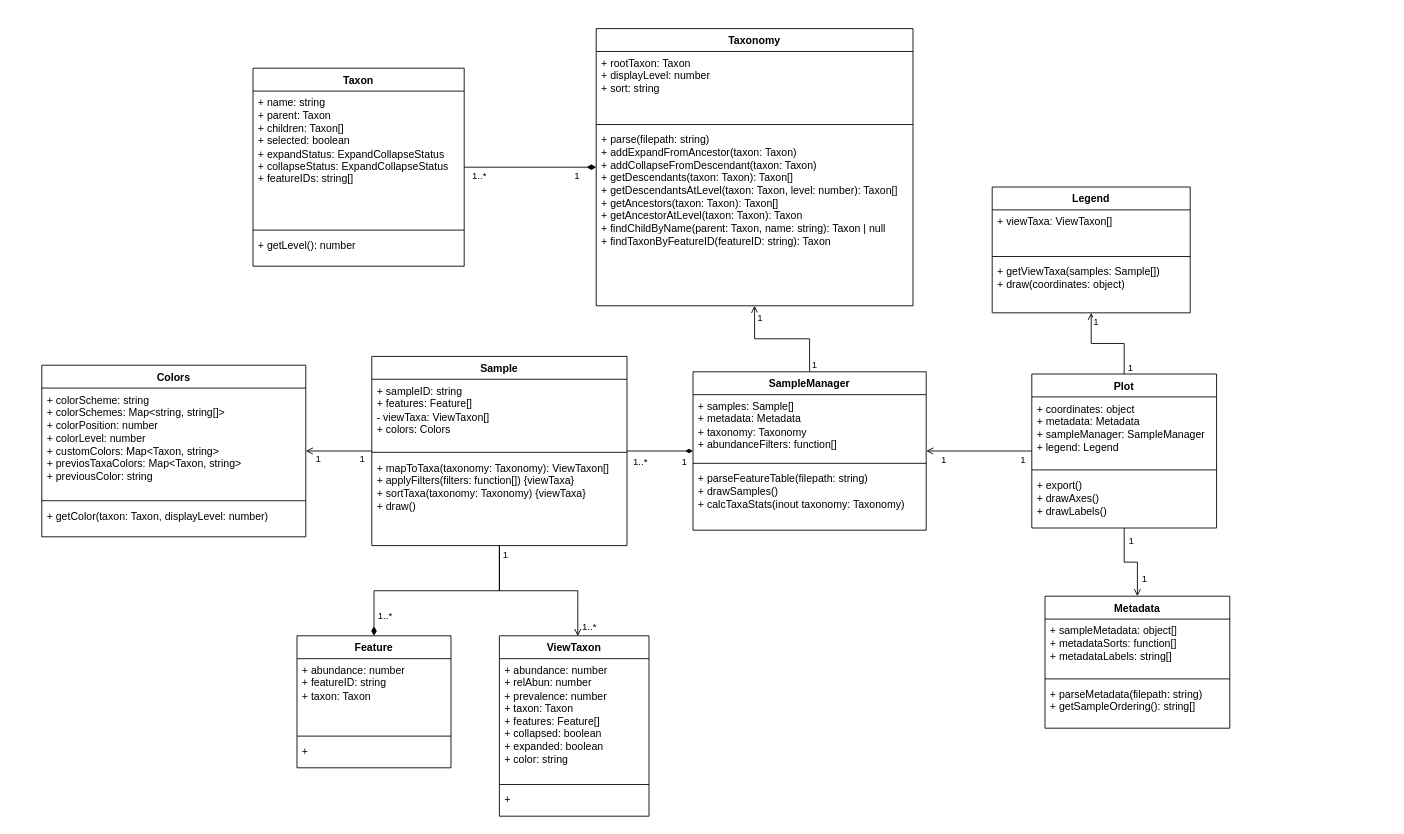
The draw.io diagram docs/TaxaBarplotClasses.drawio in colinvwood/taxa-barplot, before the edit. Source tidied: cells renumbered, new cells numbered last; positions are measured from the earlier drawing's top-left corner, leaving out a move shared by most shapes. Both pictures are drawn from the tidied source at 88%, with x=0, y=0 at pixel (41, 28).
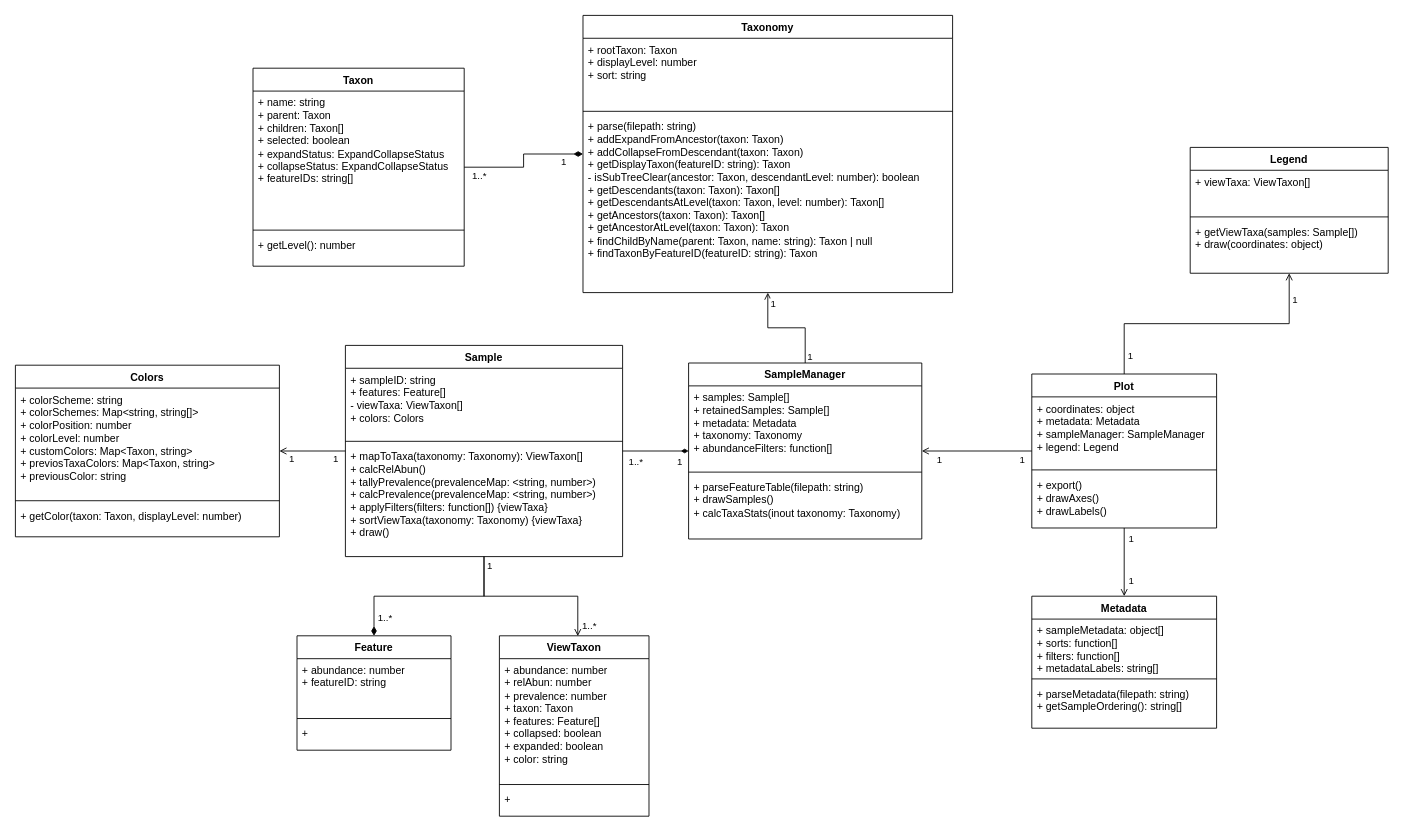
The same page after the edit.

Unchanged cells that the change refers to:
```xml
<mxCell id="50" style="edgeStyle=orthogonalEdgeStyle;rounded=0;jettySize=auto;html=1;endArrow=open;endFill=0;" parent="1" edge="1" source="53" target="60">
  <mxGeometry relative="1" as="geometry" />
</mxCell>
```

Change to the diagram source:
```diff
@@
     <mxCell id="9" value="Taxonomy" style="swimlane;fontStyle=1;align=center;verticalAlign=top;horizontal=1;startSize=26;whiteSpace=wrap;html=1;" parent="1" vertex="1">
-      <mxGeometry x="630" width="360" height="315" as="geometry" />
+      <mxGeometry x="615" y="-15" width="420" height="315" as="geometry" />
     </mxCell>
     <mxCell id="10" value="&lt;div&gt;+ rootTaxon: Taxon&lt;/div&gt;+ displayLevel: number&lt;div&gt;+ sort: string&lt;/div&gt;" style="text;strokeColor=none;fillColor=none;align=left;verticalAlign=top;spacingLeft=4;spacingRight=4;overflow=hidden;whiteSpace=wrap;html=1;" parent="9" vertex="1">
-      <mxGeometry y="26" width="360" height="79" as="geometry" />
+      <mxGeometry y="26" width="420" height="79" as="geometry" />
     </mxCell>
     <mxCell id="11" style="line;strokeWidth=1;fillColor=none;align=left;verticalAlign=middle;spacingTop=-1;spacingLeft=3;spacingRight=3;labelPosition=right;strokeColor=inherit;" parent="9" vertex="1">
-      <mxGeometry y="105" width="360" height="8" as="geometry" />
+      <mxGeometry y="105" width="420" height="8" as="geometry" />
     </mxCell>
-    <mxCell id="12" value="&lt;div&gt;+ parse(filepath: string)&lt;/div&gt;+ addExpandFromAncestor(taxon: Taxon)&lt;div&gt;+ addCollapseFromDescendant(taxon: Taxon)&lt;/div&gt;&lt;div&gt;+ getDescendants(taxon: Taxon): Taxon[]&lt;/div&gt;&lt;div&gt;+ getDescendantsAtLevel(taxon: Taxon, level: number): Taxon[]&lt;/div&gt;&lt;div&gt;+ getAncestors(taxon: Taxon): Taxon[]&lt;/div&gt;&lt;div&gt;+ getAncestorAtLevel(taxon: Taxon): Taxon&lt;/div&gt;&lt;div&gt;+ findChildByName(parent: Taxon, name: string): Taxon | null&lt;/div&gt;&lt;div&gt;+ findTaxonByFeatureID(featureID: string): Taxon&lt;/div&gt;&lt;div&gt;&lt;br&gt;&lt;/div&gt;" style="text;strokeColor=none;fillColor=none;align=left;verticalAlign=top;spacingLeft=4;spacingRight=4;overflow=hidden;whiteSpace=wrap;html=1;" parent="9" vertex="1">
-      <mxGeometry y="113" width="360" height="202" as="geometry" />
+    <mxCell id="12" value="&lt;div&gt;+ parse(filepath: string)&lt;/div&gt;+ addExpandFromAncestor(taxon: Taxon)&lt;div&gt;+ addCollapseFromDescendant(taxon: Taxon)&lt;/div&gt;&lt;div&gt;+ getDisplayTaxon(featureID: string): Taxon&lt;/div&gt;&lt;div&gt;- isSubTreeClear(ancestor: Taxon, descendantLevel: number): boolean&lt;/div&gt;&lt;div&gt;+ getDescendants(taxon: Taxon): Taxon[]&lt;/div&gt;&lt;div&gt;+ getDescendantsAtLevel(taxon: Taxon, level: number): Taxon[]&lt;/div&gt;&lt;div&gt;+ getAncestors(taxon: Taxon): Taxon[]&lt;/div&gt;&lt;div&gt;+ getAncestorAtLevel(taxon: Taxon): Taxon&lt;/div&gt;&lt;div&gt;+ findChildByName(parent: Taxon, name: string): Taxon | null&lt;/div&gt;&lt;div&gt;+ findTaxonByFeatureID(featureID: string): Taxon&lt;/div&gt;&lt;div&gt;&lt;br&gt;&lt;/div&gt;" style="text;strokeColor=none;fillColor=none;align=left;verticalAlign=top;spacingLeft=4;spacingRight=4;overflow=hidden;whiteSpace=wrap;html=1;" parent="9" vertex="1">
+      <mxGeometry y="113" width="420" height="202" as="geometry" />
     </mxCell>
@@
     <mxCell id="19" value="SampleManager" style="swimlane;fontStyle=1;align=center;verticalAlign=top;horizontal=1;startSize=26;whiteSpace=wrap;html=1;" parent="1" vertex="1">
-      <mxGeometry x="740" y="390" width="265" height="180" as="geometry" />
+      <mxGeometry x="735" y="380" width="265" height="200" as="geometry" />
     </mxCell>
-    <mxCell id="20" value="&lt;div&gt;+ samples: Sample[]&lt;/div&gt;&lt;div&gt;+ metadata: Metadata&lt;/div&gt;&lt;div&gt;+ taxonomy: Taxonomy&lt;/div&gt;+ abundanceFilters: function[]" style="text;strokeColor=none;fillColor=none;align=left;verticalAlign=top;spacingLeft=4;spacingRight=4;overflow=hidden;whiteSpace=wrap;html=1;" parent="19" vertex="1">
-      <mxGeometry y="26" width="265" height="74" as="geometry" />
+    <mxCell id="20" value="&lt;div&gt;+ samples: Sample[]&lt;/div&gt;&lt;div&gt;+ retainedSamples: Sample[]&lt;/div&gt;&lt;div&gt;+ metadata: Metadata&lt;/div&gt;&lt;div&gt;+ taxonomy: Taxonomy&lt;/div&gt;+ abundanceFilters: function[]" style="text;strokeColor=none;fillColor=none;align=left;verticalAlign=top;spacingLeft=4;spacingRight=4;overflow=hidden;whiteSpace=wrap;html=1;" parent="19" vertex="1">
+      <mxGeometry y="26" width="265" height="94" as="geometry" />
     </mxCell>
     <mxCell id="21" style="line;strokeWidth=1;fillColor=none;align=left;verticalAlign=middle;spacingTop=-1;spacingLeft=3;spacingRight=3;labelPosition=right;strokeColor=inherit;" parent="19" vertex="1">
-      <mxGeometry y="100" width="265" height="8" as="geometry" />
+      <mxGeometry y="120" width="265" height="8" as="geometry" />
     </mxCell>
     <mxCell id="22" value="&lt;div&gt;+ parseFeatureTable(filepath: string)&lt;/div&gt;+ drawSamples()&lt;div&gt;+ calcTaxaStats(inout taxonomy: Taxonomy)&lt;/div&gt;&lt;div&gt;&lt;br&gt;&lt;div&gt;&lt;br&gt;&lt;/div&gt;&lt;/div&gt;" style="text;strokeColor=none;fillColor=none;align=left;verticalAlign=top;spacingLeft=4;spacingRight=4;overflow=hidden;whiteSpace=wrap;html=1;" parent="19" vertex="1">
-      <mxGeometry y="108" width="265" height="72" as="geometry" />
+      <mxGeometry y="128" width="265" height="72" as="geometry" />
     </mxCell>
@@
     <mxCell id="28" value="Sample" style="swimlane;fontStyle=1;align=center;verticalAlign=top;horizontal=1;startSize=26;whiteSpace=wrap;html=1;" parent="1" vertex="1">
-      <mxGeometry x="375" y="372.5" width="290" height="215" as="geometry" />
+      <mxGeometry x="345" y="360" width="315" height="240" as="geometry" />
     </mxCell>
     <mxCell id="29" value="+ sampleID: string&lt;div&gt;+ features: Feature[]&lt;/div&gt;&lt;div&gt;- viewTaxa: ViewTaxon[]&lt;/div&gt;&lt;div&gt;+ colors: Colors&lt;/div&gt;&lt;div&gt;&lt;br&gt;&lt;/div&gt;" style="text;strokeColor=none;fillColor=none;align=left;verticalAlign=top;spacingLeft=4;spacingRight=4;overflow=hidden;whiteSpace=wrap;html=1;" parent="28" vertex="1">
-      <mxGeometry y="26" width="290" height="79" as="geometry" />
+      <mxGeometry y="26" width="315" height="79" as="geometry" />
     </mxCell>
     <mxCell id="30" style="line;strokeWidth=1;fillColor=none;align=left;verticalAlign=middle;spacingTop=-1;spacingLeft=3;spacingRight=3;labelPosition=right;strokeColor=inherit;" parent="28" vertex="1">
-      <mxGeometry y="105" width="290" height="8" as="geometry" />
+      <mxGeometry y="105" width="315" height="8" as="geometry" />
     </mxCell>
-    <mxCell id="31" value="&lt;div&gt;+ mapToTaxa(taxonomy: Taxonomy): ViewTaxon[]&lt;/div&gt;&lt;div&gt;+ applyFilters(filters: function[]) {viewTaxa}&lt;/div&gt;&lt;div&gt;+ sortTaxa(taxonomy: Taxonomy) {viewTaxa}&lt;/div&gt;&lt;div&gt;+ draw()&lt;/div&gt;&lt;div&gt;&lt;br&gt;&lt;/div&gt;" style="text;strokeColor=none;fillColor=none;align=left;verticalAlign=top;spacingLeft=4;spacingRight=4;overflow=hidden;whiteSpace=wrap;html=1;" parent="28" vertex="1">
-      <mxGeometry y="113" width="290" height="102" as="geometry" />
+    <mxCell id="31" value="&lt;div&gt;+ mapToTaxa(taxonomy: Taxonomy): ViewTaxon[]&lt;/div&gt;&lt;div&gt;+ calcRelAbun()&lt;/div&gt;&lt;div&gt;+ tallyPrevalence(prevalenceMap: &amp;lt;string, number&amp;gt;)&lt;/div&gt;&lt;div&gt;+ calcPrevalence(prevalenceMap: &amp;lt;string, number&amp;gt;)&lt;/div&gt;&lt;div&gt;+ applyFilters(filters: function[]) {viewTaxa}&lt;/div&gt;&lt;div&gt;+ sortViewTaxa(taxonomy: Taxonomy) {viewTaxa}&lt;/div&gt;&lt;div&gt;+ draw()&lt;/div&gt;&lt;div&gt;&lt;br&gt;&lt;/div&gt;" style="text;strokeColor=none;fillColor=none;align=left;verticalAlign=top;spacingLeft=4;spacingRight=4;overflow=hidden;whiteSpace=wrap;html=1;" parent="28" vertex="1">
+      <mxGeometry y="113" width="315" height="127" as="geometry" />
     </mxCell>
     <mxCell id="32" value="Feature" style="swimlane;fontStyle=1;align=center;verticalAlign=top;horizontal=1;startSize=26;whiteSpace=wrap;html=1;" parent="1" vertex="1">
-      <mxGeometry x="290" y="690" width="175" height="150" as="geometry" />
+      <mxGeometry x="290" y="690" width="175" height="130" as="geometry" />
     </mxCell>
-    <mxCell id="33" value="+ abundance: number&lt;div&gt;+ featureID: string&lt;/div&gt;&lt;div&gt;+ taxon: Taxon&lt;br&gt;&lt;div&gt;&lt;br&gt;&lt;/div&gt;&lt;/div&gt;" style="text;strokeColor=none;fillColor=none;align=left;verticalAlign=top;spacingLeft=4;spacingRight=4;overflow=hidden;whiteSpace=wrap;html=1;" parent="32" vertex="1">
-      <mxGeometry y="26" width="175" height="84" as="geometry" />
+    <mxCell id="33" value="+ abundance: number&lt;div&gt;+ featureID: string&lt;/div&gt;&lt;div&gt;&lt;div&gt;&lt;br&gt;&lt;/div&gt;&lt;/div&gt;" style="text;strokeColor=none;fillColor=none;align=left;verticalAlign=top;spacingLeft=4;spacingRight=4;overflow=hidden;whiteSpace=wrap;html=1;" parent="32" vertex="1">
+      <mxGeometry y="26" width="175" height="64" as="geometry" />
     </mxCell>
     <mxCell id="34" style="line;strokeWidth=1;fillColor=none;align=left;verticalAlign=middle;spacingTop=-1;spacingLeft=3;spacingRight=3;labelPosition=right;strokeColor=inherit;" parent="32" vertex="1">
-      <mxGeometry y="110" width="175" height="8" as="geometry" />
+      <mxGeometry y="90" width="175" height="8" as="geometry" />
     </mxCell>
     <mxCell id="35" value="+&amp;nbsp;" style="text;strokeColor=none;fillColor=none;align=left;verticalAlign=top;spacingLeft=4;spacingRight=4;overflow=hidden;whiteSpace=wrap;html=1;" parent="32" vertex="1">
-      <mxGeometry y="118" width="175" height="32" as="geometry" />
+      <mxGeometry y="98" width="175" height="32" as="geometry" />
     </mxCell>
@@
     <mxCell id="40" value="Metadata" style="swimlane;fontStyle=1;align=center;verticalAlign=top;horizontal=1;startSize=26;whiteSpace=wrap;html=1;" parent="1" vertex="1">
-      <mxGeometry x="1140" y="645" width="210" height="150" as="geometry" />
+      <mxGeometry x="1125" y="645" width="210" height="150" as="geometry" />
     </mxCell>
-    <mxCell id="41" value="+ sampleMetadata: object[]&lt;div&gt;+ metadataSorts: function[]&lt;/div&gt;&lt;div&gt;+ metadataLabels: string[]&lt;/div&gt;" style="text;strokeColor=none;fillColor=none;align=left;verticalAlign=top;spacingLeft=4;spacingRight=4;overflow=hidden;whiteSpace=wrap;html=1;" parent="40" vertex="1">
+    <mxCell id="41" value="+ sampleMetadata: object[]&lt;div&gt;+ sorts: function[]&lt;/div&gt;&lt;div&gt;+ filters: function[]&lt;/div&gt;&lt;div&gt;+ metadataLabels: string[]&lt;/div&gt;" style="text;strokeColor=none;fillColor=none;align=left;verticalAlign=top;spacingLeft=4;spacingRight=4;overflow=hidden;whiteSpace=wrap;html=1;" parent="40" vertex="1">
       <mxGeometry y="26" width="210" height="64" as="geometry" />
     </mxCell>
@@
     <mxCell id="51" value="1" style="edgeLabel;html=1;align=center;verticalAlign=middle;" parent="50" vertex="1">
       <mxGeometry x="0.82" y="-1" relative="1" as="geometry">
-        <mxPoint x="4" y="-1" as="offset" />
+        <mxPoint x="5" y="2" as="offset" />
       </mxGeometry>
     </mxCell>
@@
     <mxCell id="60" value="Legend" style="swimlane;fontStyle=1;align=center;verticalAlign=top;horizontal=1;startSize=26;whiteSpace=wrap;html=1;" parent="1" vertex="1">
-      <mxGeometry x="1080" y="180" width="225" height="143" as="geometry" />
+      <mxGeometry x="1305" y="135" width="225" height="143" as="geometry" />
     </mxCell>
@@
     <mxCell id="64" value="Colors" style="swimlane;fontStyle=1;align=center;verticalAlign=top;horizontal=1;startSize=26;whiteSpace=wrap;html=1;" parent="1" vertex="1">
-      <mxGeometry y="382.5" width="300" height="195" as="geometry" />
+      <mxGeometry x="-30" y="382.5" width="300" height="195" as="geometry" />
     </mxCell>
```
